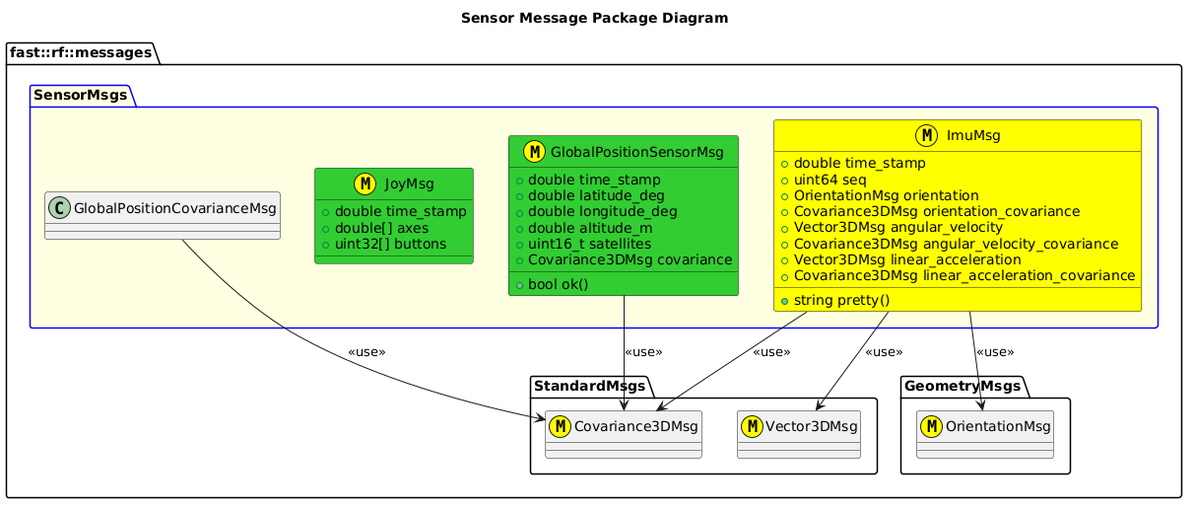
Before: msgs/SensorMsgs/doc/puml/SensorMessagesClassDiagram.png, a diagram exported from PlantUML (fastrobotics/robot_framework).
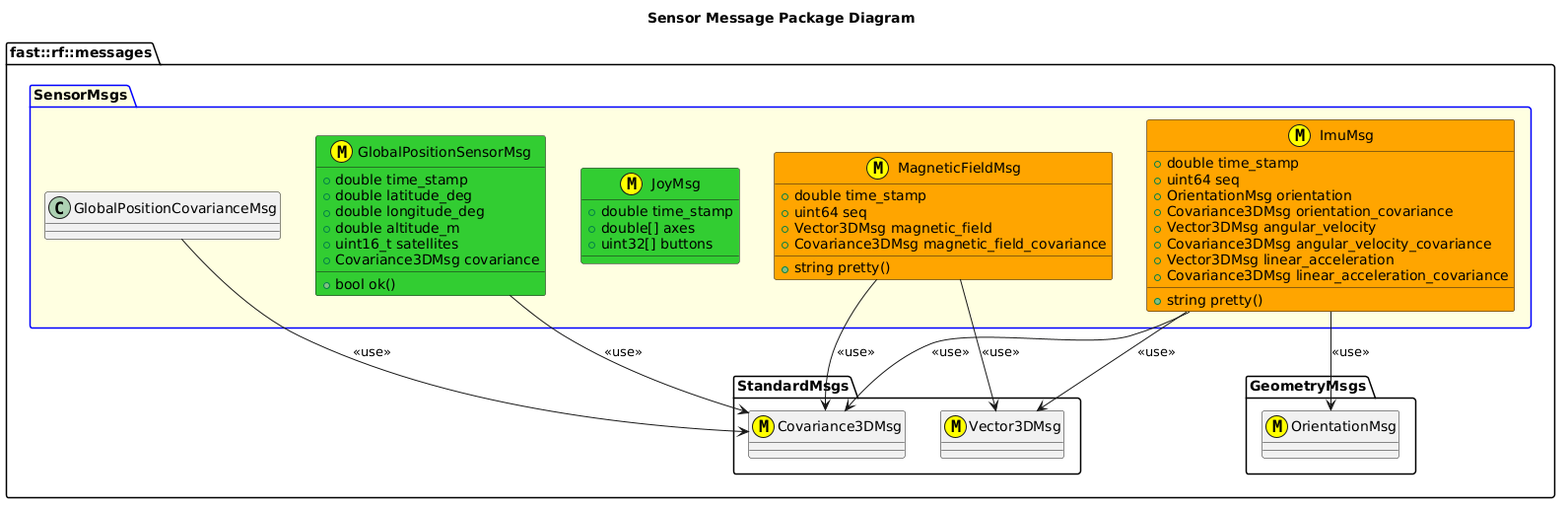
After the change.

Diff of the diagram source:
```diff
@@ -28,7 +28,7 @@
       +uint32[] buttons
     }
 
-    struct ImuMsg <<(M,#FFFF00)>> #Yellow {
+    struct ImuMsg <<(M,#FFFF00)>> #Orange {
       +double time_stamp
       +uint64 seq
       +OrientationMsg orientation
@@ -42,5 +42,15 @@
     ImuMsg --> OrientationMsg: <<use>>
     ImuMsg --> Vector3DMsg: <<use>>
     ImuMsg --> Covariance3DMsg: <<use>>
+
+    struct MagneticFieldMsg <<(M,#FFFF00)>> #Orange {
+      +double time_stamp
+      +uint64 seq
+      +Vector3DMsg magnetic_field
+      +Covariance3DMsg magnetic_field_covariance
+      +string pretty()
+    }
+    MagneticFieldMsg --> Vector3DMsg: <<use>>
+    MagneticFieldMsg --> Covariance3DMsg: <<use>>
   }
   @enduml
```
